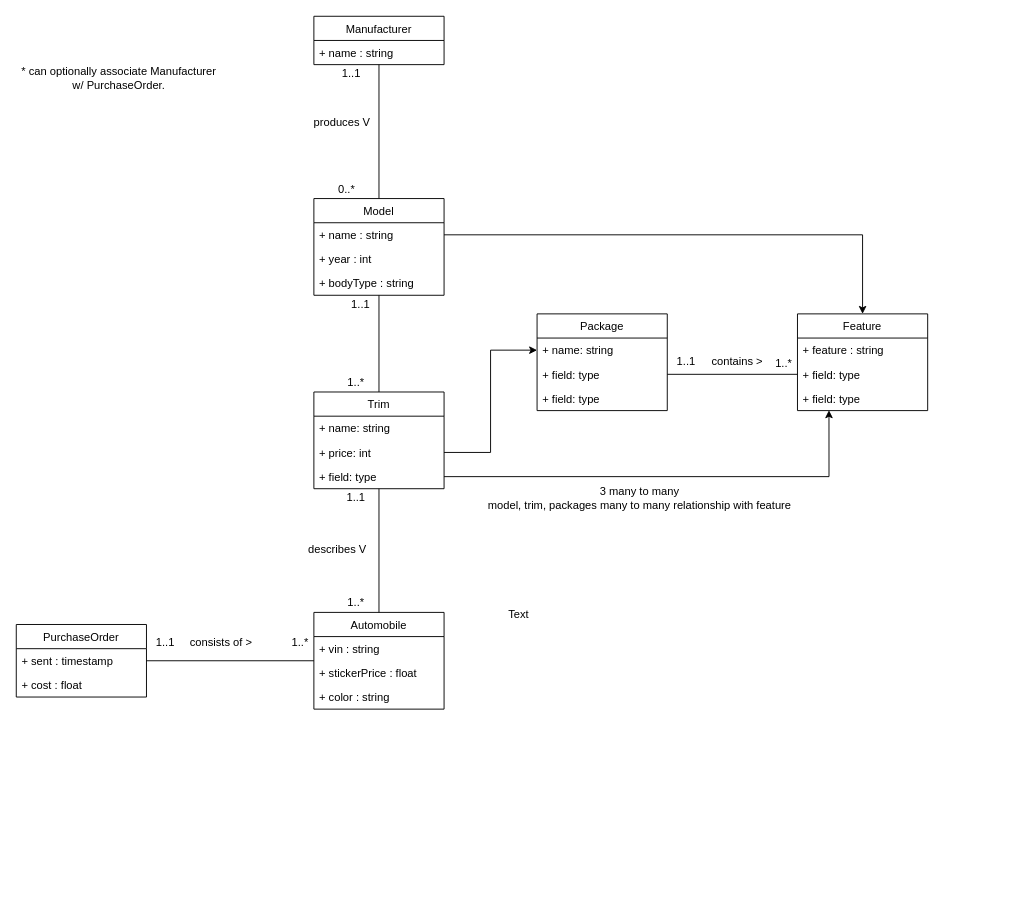
Before: page "UML" (1 of 2) of Project 2.drawio in AnthraciteData/CECS-323-, a draw.io diagram. Source tidied: cells renumbered, new cells numbered last; positions are measured from the earlier drawing's top-left corner, leaving out a move shared by most shapes. Both pictures are drawn from the tidied source at 93%, with x=0, y=0 at pixel (16, 16).
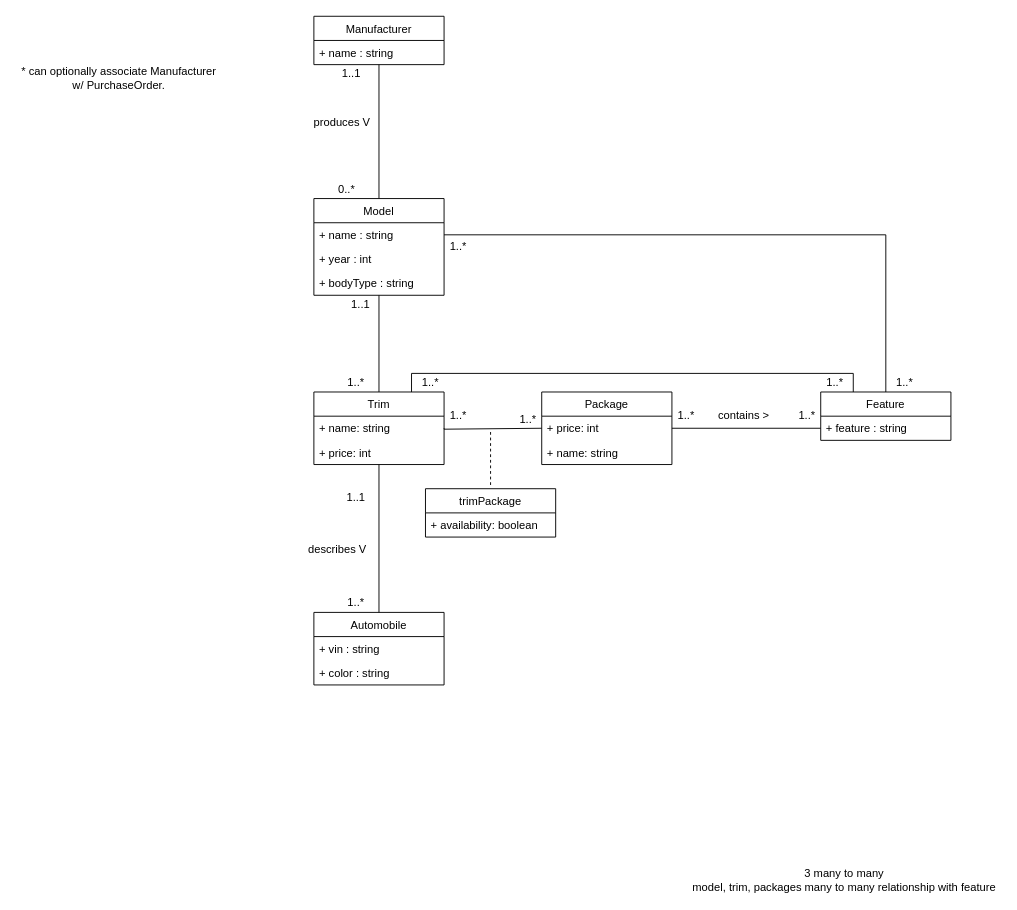
The same diagram, later.

Unchanged cells that the change refers to:
```xml
<mxCell id="20" value="+ name : string" style="text;strokeColor=none;fillColor=none;align=left;verticalAlign=top;spacingLeft=4;spacingRight=4;overflow=hidden;points=[[0,0.5],[1,0.5]];portConstraint=eastwest;" parent="19" vertex="1">
  <mxGeometry y="26" width="140" height="26" as="geometry" />
</mxCell>
<mxCell id="28" value="+ name: string" style="text;strokeColor=none;fillColor=none;align=left;verticalAlign=top;spacingLeft=4;spacingRight=4;overflow=hidden;points=[[0,0.5],[1,0.5]];portConstraint=eastwest;" parent="27" vertex="1">
  <mxGeometry y="26" width="140" height="26" as="geometry" />
</mxCell>
<mxCell id="29" value="+ price: int" style="text;strokeColor=none;fillColor=none;align=left;verticalAlign=top;spacingLeft=4;spacingRight=4;overflow=hidden;points=[[0,0.5],[1,0.5]];portConstraint=eastwest;" parent="27" vertex="1">
  <mxGeometry y="52" width="140" height="26" as="geometry" />
</mxCell>
<mxCell id="32" value="+ feature : string" style="text;strokeColor=none;fillColor=none;align=left;verticalAlign=top;spacingLeft=4;spacingRight=4;overflow=hidden;points=[[0,0.5],[1,0.5]];portConstraint=eastwest;" parent="31" vertex="1">
  <mxGeometry y="26" width="140" height="26" as="geometry" />
</mxCell>
```

The edit, as a diff of the source:
```diff
@@
-    <mxCell id="2" style="edgeStyle=orthogonalEdgeStyle;rounded=0;jettySize=auto;html=1;endArrow=none;endFill=0;" parent="1" edge="1" source="3" target="6">
-      <mxGeometry relative="1" as="geometry" />
-    </mxCell>
-    <mxCell id="3" value="PurchaseOrder" style="swimlane;fontStyle=0;horizontal=1;startSize=26;fillColor=none;" parent="1" vertex="1">
-      <mxGeometry y="654" width="140" height="78" as="geometry" />
-    </mxCell>
-    <mxCell id="4" value="+ sent : timestamp" style="text;strokeColor=none;fillColor=none;align=left;verticalAlign=top;spacingLeft=4;spacingRight=4;overflow=hidden;" parent="3" vertex="1">
-      <mxGeometry y="26" width="140" height="26" as="geometry" />
-    </mxCell>
-    <mxCell id="5" value="+ cost : float" style="text;strokeColor=none;fillColor=none;align=left;verticalAlign=top;spacingLeft=4;spacingRight=4;overflow=hidden;" parent="3" vertex="1">
-      <mxGeometry y="52" width="140" height="26" as="geometry" />
-    </mxCell>
     <mxCell id="6" value="Automobile" style="swimlane;fontStyle=0;horizontal=1;startSize=26;fillColor=none;" parent="1" vertex="1">
-      <mxGeometry x="320" y="641" width="140" height="104" as="geometry" />
+      <mxGeometry x="320" y="641" width="140" height="78" as="geometry" />
     </mxCell>
@@
-    <mxCell id="8" value="+ stickerPrice : float" style="text;strokeColor=none;fillColor=none;align=left;verticalAlign=top;spacingLeft=4;spacingRight=4;overflow=hidden;" parent="6" vertex="1">
-      <mxGeometry y="52" width="140" height="26" as="geometry" />
-    </mxCell>
     <mxCell id="9" value="+ color : string" style="text;strokeColor=none;fillColor=none;align=left;verticalAlign=top;spacingLeft=4;spacingRight=4;overflow=hidden;" parent="6" vertex="1">
-      <mxGeometry y="78" width="140" height="26" as="geometry" />
+      <mxGeometry y="52" width="140" height="26" as="geometry" />
     </mxCell>
-    <mxCell id="10" value="consists of &amp;gt;" style="text;html=1;align=center;verticalAlign=middle;strokeColor=none;fillColor=none;" parent="1" vertex="1">
-      <mxGeometry x="180" y="664" width="80" height="20" as="geometry" />
-    </mxCell>
-    <mxCell id="11" value="1..1" style="text;html=1;align=center;verticalAlign=middle;strokeColor=none;fillColor=none;" parent="1" vertex="1">
-      <mxGeometry x="140" y="664" width="40" height="20" as="geometry" />
-    </mxCell>
-    <mxCell id="12" value="1..*" style="text;html=1;align=center;verticalAlign=middle;strokeColor=none;fillColor=none;" parent="1" vertex="1">
-      <mxGeometry x="290" y="664" width="30" height="20" as="geometry" />
-    </mxCell>
@@
+    <mxCell id="52" style="edgeStyle=orthogonalEdgeStyle;rounded=0;jettySize=auto;html=1;exitX=0.75;exitY=0;exitDx=0;exitDy=0;entryX=0.25;entryY=0;entryDx=0;entryDy=0;endArrow=none;endFill=0;" parent="1" edge="1" source="27" target="31">
+      <mxGeometry relative="1" as="geometry" />
+    </mxCell>
     <mxCell id="27" value="Trim" style="swimlane;fontStyle=0;horizontal=1;startSize=26;fillColor=none;" parent="1" vertex="1">
-      <mxGeometry x="320" y="404" width="140" height="104" as="geometry" />
+      <mxGeometry x="320" y="404" width="140" height="78" as="geometry" />
     </mxCell>
@@
-    <mxCell id="30" value="+ field: type" style="text;strokeColor=none;fillColor=none;align=left;verticalAlign=top;spacingLeft=4;spacingRight=4;overflow=hidden;points=[[0,0.5],[1,0.5]];portConstraint=eastwest;" parent="27" vertex="1">
-      <mxGeometry y="78" width="140" height="26" as="geometry" />
-    </mxCell>
     <mxCell id="31" value="Feature" style="swimlane;fontStyle=0;horizontal=1;startSize=26;fillColor=none;" parent="1" vertex="1">
-      <mxGeometry x="840" y="320" width="140" height="104" as="geometry" />
+      <mxGeometry x="865" y="404" width="140" height="52" as="geometry" />
     </mxCell>
@@
-    <mxCell id="33" value="+ field: type" style="text;strokeColor=none;fillColor=none;align=left;verticalAlign=top;spacingLeft=4;spacingRight=4;overflow=hidden;points=[[0,0.5],[1,0.5]];portConstraint=eastwest;" parent="31" vertex="1">
-      <mxGeometry y="52" width="140" height="26" as="geometry" />
-    </mxCell>
-    <mxCell id="34" value="+ field: type" style="text;strokeColor=none;fillColor=none;align=left;verticalAlign=top;spacingLeft=4;spacingRight=4;overflow=hidden;points=[[0,0.5],[1,0.5]];portConstraint=eastwest;" parent="31" vertex="1">
-      <mxGeometry y="78" width="140" height="26" as="geometry" />
-    </mxCell>
     <mxCell id="35" value="Package" style="swimlane;fontStyle=0;horizontal=1;startSize=26;fillColor=none;" parent="1" vertex="1">
-      <mxGeometry x="560" y="320" width="140" height="104" as="geometry" />
+      <mxGeometry x="565" y="404" width="140" height="78" as="geometry" />
     </mxCell>
-    <mxCell id="36" value="+ name: string" style="text;strokeColor=none;fillColor=none;align=left;verticalAlign=top;spacingLeft=4;spacingRight=4;overflow=hidden;points=[[0,0.5],[1,0.5]];portConstraint=eastwest;" parent="35" vertex="1">
+    <mxCell id="36" value="+ price: int" style="text;strokeColor=none;fillColor=none;align=left;verticalAlign=top;spacingLeft=4;spacingRight=4;overflow=hidden;points=[[0,0.5],[1,0.5]];portConstraint=eastwest;" parent="35" vertex="1">
       <mxGeometry y="26" width="140" height="26" as="geometry" />
     </mxCell>
-    <mxCell id="37" value="+ field: type" style="text;strokeColor=none;fillColor=none;align=left;verticalAlign=top;spacingLeft=4;spacingRight=4;overflow=hidden;points=[[0,0.5],[1,0.5]];portConstraint=eastwest;" parent="35" vertex="1">
+    <mxCell id="37" value="+ name: string" style="text;strokeColor=none;fillColor=none;align=left;verticalAlign=top;spacingLeft=4;spacingRight=4;overflow=hidden;points=[[0,0.5],[1,0.5]];portConstraint=eastwest;" parent="35" vertex="1">
       <mxGeometry y="52" width="140" height="26" as="geometry" />
     </mxCell>
-    <mxCell id="38" value="+ field: type" style="text;strokeColor=none;fillColor=none;align=left;verticalAlign=top;spacingLeft=4;spacingRight=4;overflow=hidden;" parent="35" vertex="1">
-      <mxGeometry y="78" width="140" height="26" as="geometry" />
-    </mxCell>
@@
-    <mxCell id="43" style="edgeStyle=orthogonalEdgeStyle;rounded=0;jettySize=auto;html=1;exitX=1;exitY=0.5;exitDx=0;exitDy=0;endArrow=none;endFill=0;" parent="1" edge="1" source="37" target="33">
-      <mxGeometry relative="1" as="geometry" />
-    </mxCell>
-    <mxCell id="44" value="1..*" style="text;html=1;align=center;verticalAlign=middle;strokeColor=none;fillColor=none;" parent="1" vertex="1">
-      <mxGeometry x="810" y="364" width="30" height="20" as="geometry" />
-    </mxCell>
-    <mxCell id="45" value="1..1" style="text;html=1;align=center;verticalAlign=middle;strokeColor=none;fillColor=none;" parent="1" vertex="1">
-      <mxGeometry x="700" y="362" width="40" height="20" as="geometry" />
+    <mxCell id="45" value="1..*" style="text;html=1;align=center;verticalAlign=middle;strokeColor=none;fillColor=none;" parent="1" vertex="1">
+      <mxGeometry x="705" y="420" width="30" height="20" as="geometry" />
     </mxCell>
     <mxCell id="46" value="contains &amp;gt;" style="text;html=1;align=center;verticalAlign=middle;strokeColor=none;fillColor=none;" parent="1" vertex="1">
-      <mxGeometry x="740" y="362" width="70" height="20" as="geometry" />
+      <mxGeometry x="747" y="420" width="70" height="20" as="geometry" />
     </mxCell>
     <mxCell id="47" value="3 many to many&lt;br&gt;model, trim, packages many to many relationship with feature" style="text;html=1;align=center;verticalAlign=middle;strokeColor=none;fillColor=none;" parent="1" vertex="1">
-      <mxGeometry x="500" y="503" width="340" height="30" as="geometry" />
+      <mxGeometry x="720" y="914" width="340" height="30" as="geometry" />
     </mxCell>
-    <mxCell id="48" style="edgeStyle=orthogonalEdgeStyle;rounded=0;jettySize=auto;html=1;" parent="1" edge="1" source="29" target="36">
-      <mxGeometry relative="1" as="geometry" />
-    </mxCell>
-    <mxCell id="49" style="edgeStyle=orthogonalEdgeStyle;rounded=0;jettySize=auto;html=1;entryX=0.5;entryY=0;entryDx=0;entryDy=0;" parent="1" edge="1" source="20" target="31">
+    <mxCell id="49" style="edgeStyle=orthogonalEdgeStyle;rounded=0;jettySize=auto;html=1;entryX=0.5;entryY=0;entryDx=0;entryDy=0;endArrow=none;endFill=0;" parent="1" edge="1" source="20" target="31">
       <mxGeometry relative="1" as="geometry" />
     </mxCell>
-    <mxCell id="50" style="edgeStyle=orthogonalEdgeStyle;rounded=0;jettySize=auto;html=1;entryX=0.242;entryY=0.986;entryDx=0;entryDy=0;entryPerimeter=0;" parent="1" edge="1" source="30" target="34">
-      <mxGeometry relative="1" as="geometry" />
-    </mxCell>
-    <mxCell id="51" value="Text" style="text;html=1;align=center;verticalAlign=middle;strokeColor=none;fillColor=none;" parent="1" vertex="1">
-      <mxGeometry x="520" y="634" width="40" height="20" as="geometry" />
-    </mxCell>
+    <mxCell id="53" value="1..*" style="text;html=1;align=center;verticalAlign=middle;strokeColor=none;fillColor=none;" parent="1" vertex="1">
+      <mxGeometry x="535" y="424" width="30" height="20" as="geometry" />
+    </mxCell>
+    <mxCell id="54" value="1..*" style="text;html=1;align=center;verticalAlign=middle;strokeColor=none;fillColor=none;" parent="1" vertex="1">
+      <mxGeometry x="460" y="420" width="30" height="20" as="geometry" />
+    </mxCell>
+    <mxCell id="55" value="1..*" style="text;html=1;align=center;verticalAlign=middle;strokeColor=none;fillColor=none;" parent="1" vertex="1">
+      <mxGeometry x="460" y="238" width="30" height="20" as="geometry" />
+    </mxCell>
+    <mxCell id="56" value="1..*" style="text;html=1;align=center;verticalAlign=middle;strokeColor=none;fillColor=none;" parent="1" vertex="1">
+      <mxGeometry x="835" y="420" width="30" height="20" as="geometry" />
+    </mxCell>
+    <mxCell id="57" value="trimPackage" style="swimlane;fontStyle=0;horizontal=1;startSize=26;fillColor=none;" parent="1" vertex="1">
+      <mxGeometry x="440" y="508" width="140" height="52" as="geometry" />
+    </mxCell>
+    <mxCell id="58" value="+ availability: boolean" style="text;strokeColor=none;fillColor=none;align=left;verticalAlign=top;spacingLeft=4;spacingRight=4;overflow=hidden;" parent="57" vertex="1">
+      <mxGeometry y="26" width="140" height="26" as="geometry" />
+    </mxCell>
+    <mxCell id="59" style="edgeStyle=orthogonalEdgeStyle;rounded=0;jettySize=auto;html=1;exitX=1;exitY=0.5;exitDx=0;exitDy=0;entryX=0;entryY=0.5;entryDx=0;entryDy=0;endArrow=none;endFill=0;" parent="1" edge="1" source="28" target="36">
+      <mxGeometry relative="1" as="geometry">
+        <Array as="points">
+          <mxPoint x="460" y="444" />
+          <mxPoint x="565" y="444" />
+        </Array>
+      </mxGeometry>
+    </mxCell>
+    <mxCell id="60" style="edgeStyle=orthogonalEdgeStyle;rounded=0;jettySize=auto;html=1;exitX=1;exitY=0.5;exitDx=0;exitDy=0;entryX=0;entryY=0.5;entryDx=0;entryDy=0;endArrow=none;endFill=0;" parent="1" edge="1" source="36" target="32">
+      <mxGeometry relative="1" as="geometry" />
+    </mxCell>
+    <mxCell id="61" style="endArrow=none;dashed=1;html=1;rounded=0;strokeColor=default;" parent="1" edge="1">
+      <mxGeometry relative="1" as="geometry">
+        <mxPoint x="510" y="504" as="sourcePoint" />
+        <mxPoint x="510" y="444" as="targetPoint" />
+      </mxGeometry>
+    </mxCell>
+    <mxCell id="62" value="1..*" style="text;html=1;align=center;verticalAlign=middle;strokeColor=none;fillColor=none;" parent="1" vertex="1">
+      <mxGeometry x="940" y="384" width="30" height="20" as="geometry" />
+    </mxCell>
+    <mxCell id="63" value="1..*" style="text;html=1;align=center;verticalAlign=middle;strokeColor=none;fillColor=none;" parent="1" vertex="1">
+      <mxGeometry x="865" y="384" width="30" height="20" as="geometry" />
+    </mxCell>
+    <mxCell id="64" value="1..*" style="text;html=1;align=center;verticalAlign=middle;strokeColor=none;fillColor=none;" parent="1" vertex="1">
+      <mxGeometry x="430" y="384" width="30" height="20" as="geometry" />
+    </mxCell>
```
